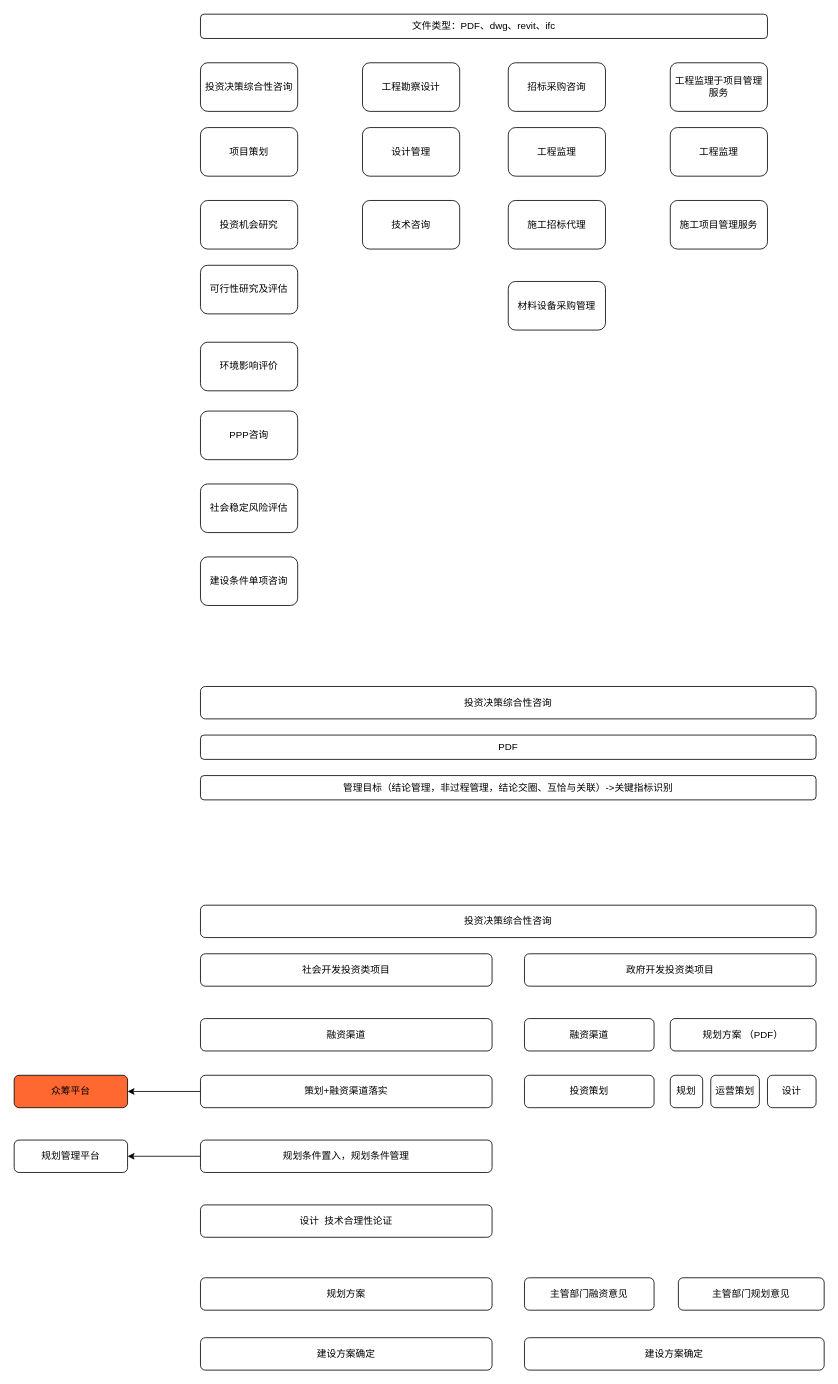
This is 全过程咨询.drawio from gaochaowyq/MinderGraph, a draw.io file, before an edit. Source tidied: cells renumbered, new cells numbered last; positions are measured from the earlier drawing's top-left corner, leaving out a move shared by most shapes. Both pictures are drawn from the tidied source at 81%, with x=0, y=0 at pixel (14, 14).
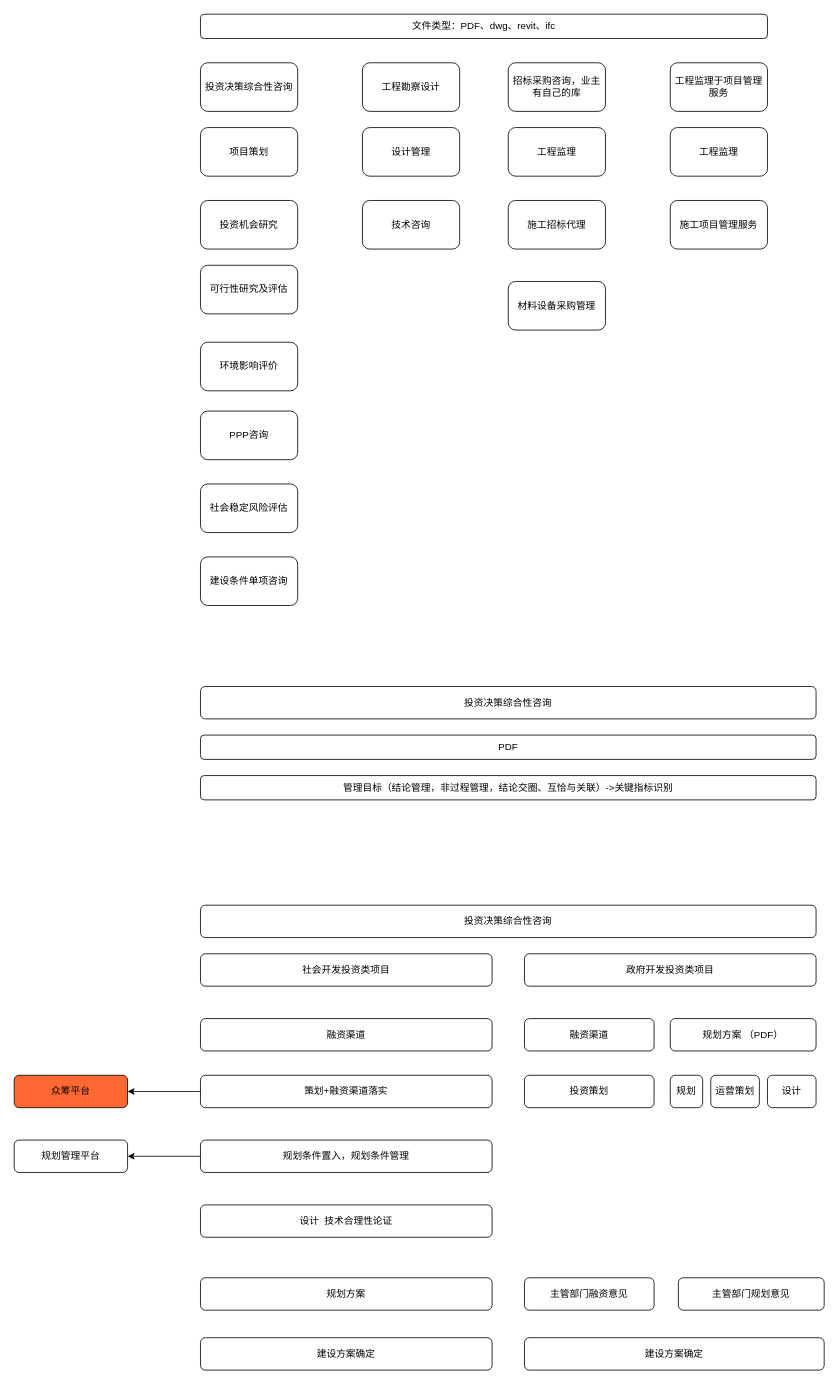
The same page after the edit.

Commit message:
更新全过程咨询.drawio

What changed in the source:
```diff
@@
-    <mxCell id="13" value="招标采购咨询" style="rounded=1;whiteSpace=wrap;html=1;" parent="1" vertex="1">
+    <mxCell id="13" value="招标采购咨询，业主有自己的库" style="rounded=1;whiteSpace=wrap;html=1;" parent="1" vertex="1">
       <mxGeometry x="610" y="60" width="120" height="60" as="geometry" />
     </mxCell>
```
